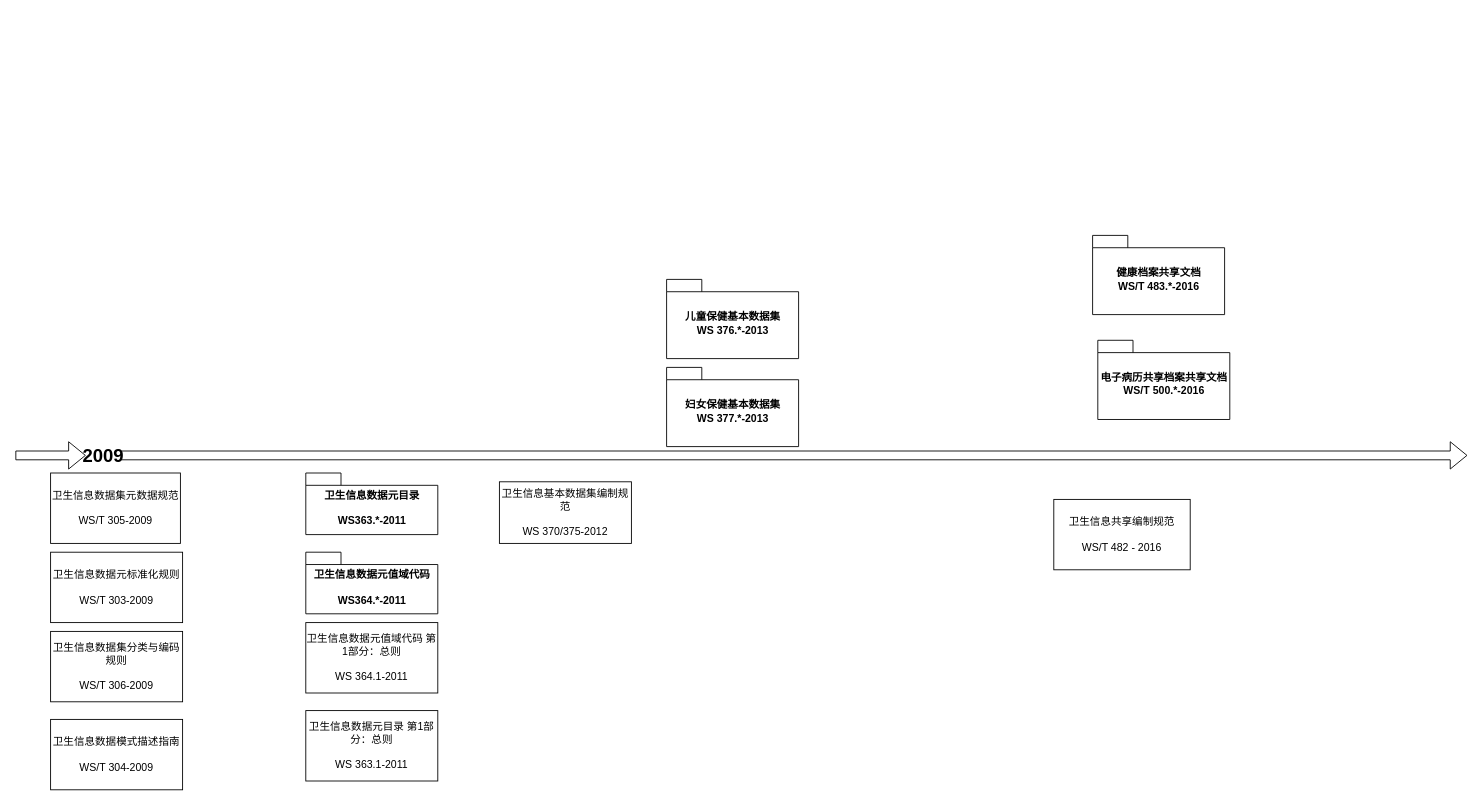
Above: page "数据规范梳理" (2 of 2) of healthCloud.drawio in lzdong0714/note (draw.io), before the change. Source tidied: cells renumbered, new cells numbered last; positions are measured from the earlier drawing's top-left corner, leaving out a move shared by most shapes. Both pictures are drawn from the tidied source at 88%, with x=0, y=0 at pixel (15, 235).
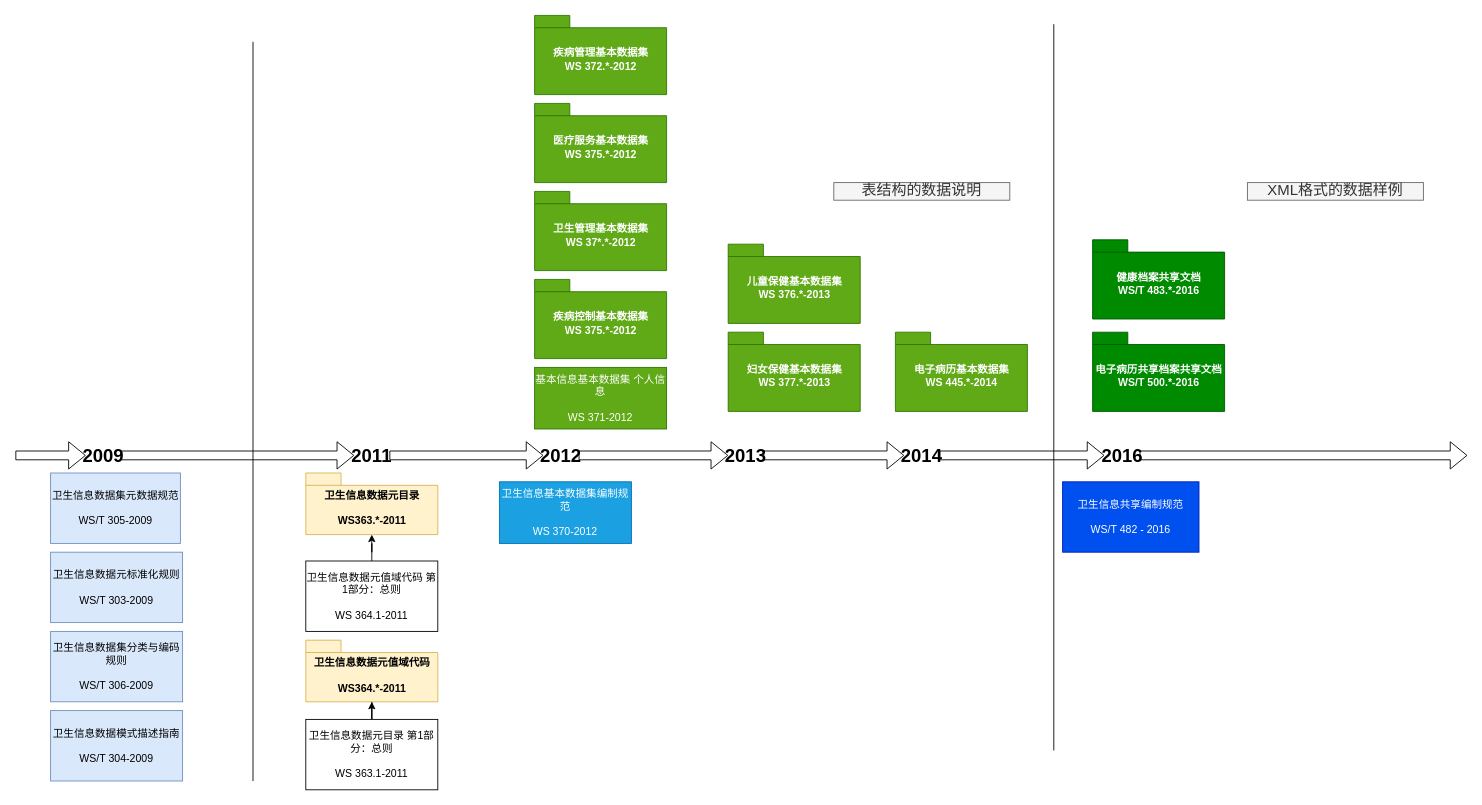
The same diagram, later.

The change refers to these unchanged cells:
```xml
<mxCell id="17" value="&lt;font style=&quot;font-size: 21px&quot;&gt;&lt;b&gt;2009&lt;/b&gt;&lt;/font&gt;" style="text;html=1;strokeColor=none;fillColor=none;align=center;verticalAlign=middle;whiteSpace=wrap;rounded=0;" parent="1" vertex="1">
  <mxGeometry x="80" y="240" width="40" height="20" as="geometry" />
</mxCell>
```

The edit, as a diff of the source:
```diff
@@
-    <mxCell id="2" value="卫生信息共享编制规范&lt;br&gt;&lt;br&gt;&lt;span style=&quot;text-align: left ; white-space: nowrap&quot;&gt;WS/T 482 - 2016&lt;/span&gt;" style="rounded=0;whiteSpace=wrap;html=1;" parent="1" vertex="1">
-      <mxGeometry x="1180" y="300" width="155" height="80" as="geometry" />
+    <mxCell id="2" value="卫生信息共享编制规范&lt;br&gt;&lt;br&gt;&lt;span style=&quot;text-align: left ; white-space: nowrap&quot;&gt;WS/T 482 - 2016&lt;/span&gt;" style="rounded=0;whiteSpace=wrap;html=1;fillColor=#0050ef;strokeColor=#001DBC;fontColor=#ffffff;" parent="1" vertex="1">
+      <mxGeometry x="1190" y="280" width="155" height="80" as="geometry" />
     </mxCell>
-    <mxCell id="3" value="卫生信息数据元标准化规则&lt;br&gt;&lt;br&gt;WS/T 303-2009&lt;br&gt;" style="rounded=0;whiteSpace=wrap;html=1;" parent="1" vertex="1">
+    <mxCell id="3" value="卫生信息数据元标准化规则&lt;br&gt;&lt;br&gt;WS/T 303-2009&lt;br&gt;" style="rounded=0;whiteSpace=wrap;html=1;fillColor=#dae8fc;strokeColor=#6c8ebf;" parent="1" vertex="1">
       <mxGeometry x="40" y="360" width="150" height="80" as="geometry" />
     </mxCell>
-    <mxCell id="4" value="卫生信息数据集分类与编码规则&lt;br&gt;&lt;br&gt;WS/T 306-2009&lt;br&gt;" style="rounded=0;whiteSpace=wrap;html=1;" parent="1" vertex="1">
+    <mxCell id="4" value="卫生信息数据集分类与编码规则&lt;br&gt;&lt;br&gt;WS/T 306-2009&lt;br&gt;" style="rounded=0;whiteSpace=wrap;html=1;fillColor=#dae8fc;strokeColor=#6c8ebf;" parent="1" vertex="1">
       <mxGeometry x="40" y="450" width="150" height="80" as="geometry" />
     </mxCell>
-    <mxCell id="5" value="卫生信息数据模式描述指南&lt;br&gt;&lt;br&gt;WS/T 304-2009&lt;br&gt;" style="rounded=0;whiteSpace=wrap;html=1;" parent="1" vertex="1">
-      <mxGeometry x="40" y="550" width="150" height="80" as="geometry" />
+    <mxCell id="5" value="卫生信息数据模式描述指南&lt;br&gt;&lt;br&gt;WS/T 304-2009&lt;br&gt;" style="rounded=0;whiteSpace=wrap;html=1;fillColor=#dae8fc;strokeColor=#6c8ebf;" parent="1" vertex="1">
+      <mxGeometry x="40" y="540" width="150" height="80" as="geometry" />
     </mxCell>
-    <mxCell id="6" value="卫生信息数据集元数据规范&lt;br&gt;&lt;br&gt;WS/T 305-2009" style="rounded=0;whiteSpace=wrap;html=1;" parent="1" vertex="1">
+    <mxCell id="6" value="卫生信息数据集元数据规范&lt;br&gt;&lt;br&gt;WS/T 305-2009" style="rounded=0;whiteSpace=wrap;html=1;fillColor=#dae8fc;strokeColor=#6c8ebf;" parent="1" vertex="1">
       <mxGeometry x="40" y="270" width="147.5" height="80" as="geometry" />
     </mxCell>
+    <mxCell id="19" style="edgeStyle=orthogonalEdgeStyle;rounded=0;jettySize=auto;html=1;entryX=0.5;entryY=1;entryDx=0;entryDy=0;entryPerimeter=0;" parent="1" edge="1" source="7" target="11">
+      <mxGeometry relative="1" as="geometry" />
+    </mxCell>
     <mxCell id="7" value="卫生信息数据元值域代码 第1部分：总则&lt;br&gt;&lt;br&gt;WS 364.1-2011" style="rounded=0;whiteSpace=wrap;html=1;" parent="1" vertex="1">
-      <mxGeometry x="330" y="440" width="150" height="80" as="geometry" />
+      <mxGeometry x="330" y="370" width="150" height="80" as="geometry" />
     </mxCell>
+    <mxCell id="20" style="edgeStyle=orthogonalEdgeStyle;rounded=0;jettySize=auto;html=1;entryX=0.5;entryY=1;entryDx=0;entryDy=0;entryPerimeter=0;" parent="1" edge="1" source="8" target="10">
+      <mxGeometry relative="1" as="geometry" />
+    </mxCell>
     <mxCell id="8" value="卫生信息数据元目录 第1部分：总则&lt;br&gt;&lt;br&gt;WS 363.1-2011" style="rounded=0;whiteSpace=wrap;html=1;" parent="1" vertex="1">
-      <mxGeometry x="330" y="540" width="150" height="80" as="geometry" />
+      <mxGeometry x="330" y="550" width="150" height="80" as="geometry" />
     </mxCell>
-    <mxCell id="9" value="卫生信息基本数据集编制规范&lt;br&gt;&lt;br&gt;WS 370/375-2012" style="rounded=0;whiteSpace=wrap;html=1;" parent="1" vertex="1">
+    <mxCell id="9" value="卫生信息基本数据集编制规范&lt;br&gt;&lt;br&gt;WS 370-2012" style="rounded=0;whiteSpace=wrap;html=1;fillColor=#1ba1e2;strokeColor=#006EAF;fontColor=#ffffff;" parent="1" vertex="1">
       <mxGeometry x="550" y="280" width="150" height="70" as="geometry" />
     </mxCell>
-    <mxCell id="10" value="卫生信息数据元值域代码&lt;br&gt;&lt;br&gt;WS364.*-2011" style="shape=folder;fontStyle=1;spacingTop=10;tabWidth=40;tabHeight=14;tabPosition=left;html=1;" parent="1" vertex="1">
-      <mxGeometry x="330" y="360" width="150" height="70" as="geometry" />
+    <mxCell id="10" value="卫生信息数据元值域代码&lt;br&gt;&lt;br&gt;WS364.*-2011" style="shape=folder;fontStyle=1;spacingTop=10;tabWidth=40;tabHeight=14;tabPosition=left;html=1;fillColor=#fff2cc;strokeColor=#d6b656;" parent="1" vertex="1">
+      <mxGeometry x="330" y="460" width="150" height="70" as="geometry" />
     </mxCell>
-    <mxCell id="11" value="卫生信息数据元目录&lt;br&gt;&lt;br&gt;WS363.*-2011" style="shape=folder;fontStyle=1;spacingTop=10;tabWidth=40;tabHeight=14;tabPosition=left;html=1;" parent="1" vertex="1">
+    <mxCell id="11" value="卫生信息数据元目录&lt;br&gt;&lt;br&gt;WS363.*-2011" style="shape=folder;fontStyle=1;spacingTop=10;tabWidth=40;tabHeight=14;tabPosition=left;html=1;fillColor=#fff2cc;strokeColor=#d6b656;" parent="1" vertex="1">
       <mxGeometry x="330" y="270" width="150" height="70" as="geometry" />
     </mxCell>
-    <mxCell id="12" value="健康档案共享文档&lt;br&gt;WS/T 483.*-2016" style="shape=folder;fontStyle=1;spacingTop=10;tabWidth=40;tabHeight=14;tabPosition=left;html=1;" parent="1" vertex="1">
-      <mxGeometry x="1224.1" width="150" height="90" as="geometry" />
+    <mxCell id="12" value="健康档案共享文档&lt;br&gt;WS/T 483.*-2016" style="shape=folder;fontStyle=1;spacingTop=10;tabWidth=40;tabHeight=14;tabPosition=left;html=1;fillColor=#008a00;strokeColor=#005700;fontColor=#ffffff;" parent="1" vertex="1">
+      <mxGeometry x="1224.1" y="5" width="150" height="90" as="geometry" />
     </mxCell>
-    <mxCell id="13" value="妇女保健基本数据集&lt;br&gt;WS 377.*-2013" style="shape=folder;fontStyle=1;spacingTop=10;tabWidth=40;tabHeight=14;tabPosition=left;html=1;" parent="1" vertex="1">
-      <mxGeometry x="740" y="150" width="150" height="90" as="geometry" />
+    <mxCell id="13" value="妇女保健基本数据集&lt;br&gt;WS 377.*-2013" style="shape=folder;fontStyle=1;spacingTop=10;tabWidth=40;tabHeight=14;tabPosition=left;html=1;fillColor=#60a917;strokeColor=#2D7600;fontColor=#ffffff;" parent="1" vertex="1">
+      <mxGeometry x="810" y="110" width="150" height="90" as="geometry" />
     </mxCell>
-    <mxCell id="14" value="儿童保健基本数据集&lt;br&gt;WS 376.*-2013" style="shape=folder;fontStyle=1;spacingTop=10;tabWidth=40;tabHeight=14;tabPosition=left;html=1;" parent="1" vertex="1">
-      <mxGeometry x="740" y="50" width="150" height="90" as="geometry" />
+    <mxCell id="14" value="儿童保健基本数据集&lt;br&gt;WS 376.*-2013" style="shape=folder;fontStyle=1;spacingTop=10;tabWidth=40;tabHeight=14;tabPosition=left;html=1;fillColor=#60a917;strokeColor=#2D7600;fontColor=#ffffff;" parent="1" vertex="1">
+      <mxGeometry x="810" y="10" width="150" height="90" as="geometry" />
     </mxCell>
-    <mxCell id="15" value="电子病历共享档案共享文档&lt;br&gt;WS/T 500.*-2016" style="shape=folder;fontStyle=1;spacingTop=10;tabWidth=40;tabHeight=14;tabPosition=left;html=1;" parent="1" vertex="1">
-      <mxGeometry x="1230" y="119.2" width="150" height="90" as="geometry" />
+    <mxCell id="15" value="电子病历共享档案共享文档&lt;br&gt;WS/T 500.*-2016" style="shape=folder;fontStyle=1;spacingTop=10;tabWidth=40;tabHeight=14;tabPosition=left;html=1;fillColor=#008a00;strokeColor=#005700;fontColor=#ffffff;" parent="1" vertex="1">
+      <mxGeometry x="1224.1" y="110" width="150" height="90" as="geometry" />
     </mxCell>
-    <mxCell id="16" style="shape=flexArrow;endArrow=classic;html=1;" parent="1" edge="1" source="17">
+    <mxCell id="16" style="shape=flexArrow;endArrow=classic;html=1;" parent="1" edge="1" source="29">
       <mxGeometry relative="1" as="geometry">
         <mxPoint x="1650" y="250" as="targetPoint" />
       </mxGeometry>
     </mxCell>
@@
+    <mxCell id="21" value="&lt;font style=&quot;font-size: 21px&quot;&gt;&lt;b&gt;2011&lt;/b&gt;&lt;/font&gt;" style="text;html=1;strokeColor=none;fillColor=none;align=center;verticalAlign=middle;whiteSpace=wrap;rounded=0;" parent="1" vertex="1">
+      <mxGeometry x="385" y="240" width="40" height="20" as="geometry" />
+    </mxCell>
+    <mxCell id="22" style="shape=flexArrow;endArrow=classic;html=1;" parent="1" edge="1" source="17" target="21">
+      <mxGeometry relative="1" as="geometry" />
+    </mxCell>
+    <mxCell id="23" value="&lt;font style=&quot;font-size: 21px&quot;&gt;&lt;b&gt;2012&lt;/b&gt;&lt;/font&gt;" style="text;html=1;strokeColor=none;fillColor=none;align=center;verticalAlign=middle;whiteSpace=wrap;rounded=0;" parent="1" vertex="1">
+      <mxGeometry x="600" y="240" width="40" height="20" as="geometry" />
+    </mxCell>
+    <mxCell id="24" style="shape=flexArrow;endArrow=classic;html=1;" parent="1" edge="1" source="21" target="23">
+      <mxGeometry relative="1" as="geometry" />
+    </mxCell>
+    <mxCell id="25" value="&lt;font style=&quot;font-size: 21px&quot;&gt;&lt;b&gt;2013&lt;/b&gt;&lt;/font&gt;" style="text;html=1;strokeColor=none;fillColor=none;align=center;verticalAlign=middle;whiteSpace=wrap;rounded=0;" parent="1" vertex="1">
+      <mxGeometry x="810" y="240" width="40" height="20" as="geometry" />
+    </mxCell>
+    <mxCell id="26" style="shape=flexArrow;endArrow=classic;html=1;" parent="1" edge="1" source="23" target="25">
+      <mxGeometry relative="1" as="geometry" />
+    </mxCell>
+    <mxCell id="27" value="&lt;font style=&quot;font-size: 21px&quot;&gt;&lt;b&gt;2014&lt;/b&gt;&lt;/font&gt;" style="text;html=1;strokeColor=none;fillColor=none;align=center;verticalAlign=middle;whiteSpace=wrap;rounded=0;" parent="1" vertex="1">
+      <mxGeometry x="1010" y="240" width="40" height="20" as="geometry" />
+    </mxCell>
+    <mxCell id="28" style="shape=flexArrow;endArrow=classic;html=1;" parent="1" edge="1" source="25" target="27">
+      <mxGeometry relative="1" as="geometry" />
+    </mxCell>
+    <mxCell id="29" value="&lt;font style=&quot;font-size: 21px&quot;&gt;&lt;b&gt;2016&lt;/b&gt;&lt;/font&gt;" style="text;html=1;strokeColor=none;fillColor=none;align=center;verticalAlign=middle;whiteSpace=wrap;rounded=0;" parent="1" vertex="1">
+      <mxGeometry x="1237.5" y="240" width="40" height="20" as="geometry" />
+    </mxCell>
+    <mxCell id="30" style="shape=flexArrow;endArrow=classic;html=1;" parent="1" edge="1" source="27" target="29">
+      <mxGeometry relative="1" as="geometry" />
+    </mxCell>
+    <mxCell id="31" value="疾病控制基本数据集&lt;br&gt;WS 375.*-2012" style="shape=folder;fontStyle=1;spacingTop=10;tabWidth=40;tabHeight=14;tabPosition=left;html=1;fillColor=#60a917;strokeColor=#2D7600;fontColor=#ffffff;" parent="1" vertex="1">
+      <mxGeometry x="590" y="50" width="150" height="90" as="geometry" />
+    </mxCell>
+    <mxCell id="32" value="卫生管理基本数据集&lt;br&gt;WS 37*.*-2012" style="shape=folder;fontStyle=1;spacingTop=10;tabWidth=40;tabHeight=14;tabPosition=left;html=1;fillColor=#60a917;strokeColor=#2D7600;fontColor=#ffffff;" parent="1" vertex="1">
+      <mxGeometry x="590" y="-50" width="150" height="90" as="geometry" />
+    </mxCell>
+    <mxCell id="33" value="医疗服务基本数据集&lt;br&gt;WS 375.*-2012" style="shape=folder;fontStyle=1;spacingTop=10;tabWidth=40;tabHeight=14;tabPosition=left;html=1;fillColor=#60a917;strokeColor=#2D7600;fontColor=#ffffff;" parent="1" vertex="1">
+      <mxGeometry x="590" y="-150" width="150" height="90" as="geometry" />
+    </mxCell>
+    <mxCell id="34" value="疾病管理基本数据集&lt;br&gt;WS 372.*-2012" style="shape=folder;fontStyle=1;spacingTop=10;tabWidth=40;tabHeight=14;tabPosition=left;html=1;fillColor=#60a917;strokeColor=#2D7600;fontColor=#ffffff;" parent="1" vertex="1">
+      <mxGeometry x="590" y="-250" width="150" height="90" as="geometry" />
+    </mxCell>
+    <mxCell id="35" value="基本信息基本数据集 个人信息&lt;br&gt;&lt;br&gt;WS 371-2012" style="rounded=0;whiteSpace=wrap;html=1;fillColor=#60a917;strokeColor=#2D7600;fontColor=#ffffff;" parent="1" vertex="1">
+      <mxGeometry x="590" y="150" width="150" height="70" as="geometry" />
+    </mxCell>
+    <mxCell id="36" value="电子病历基本数据集&lt;br&gt;WS 445.*-2014" style="shape=folder;fontStyle=1;spacingTop=10;tabWidth=40;tabHeight=14;tabPosition=left;html=1;fillColor=#60a917;strokeColor=#2D7600;fontColor=#ffffff;" parent="1" vertex="1">
+      <mxGeometry x="1000" y="110" width="150" height="90" as="geometry" />
+    </mxCell>
+    <mxCell id="37" style="endArrow=none;html=1;" parent="1" edge="1">
+      <mxGeometry relative="1" as="geometry">
+        <mxPoint x="270" y="620" as="sourcePoint" />
+        <mxPoint x="270" y="-220" as="targetPoint" />
+      </mxGeometry>
+    </mxCell>
+    <mxCell id="38" style="endArrow=none;html=1;" parent="1" edge="1">
+      <mxGeometry relative="1" as="geometry">
+        <mxPoint x="1180" y="585.3" as="sourcePoint" />
+        <mxPoint x="1180" y="-240" as="targetPoint" />
+      </mxGeometry>
+    </mxCell>
+    <mxCell id="39" value="&lt;font style=&quot;font-size: 17px&quot;&gt;XML格式的数据样例&lt;/font&gt;" style="text;html=1;strokeColor=#666666;fillColor=#f5f5f5;align=center;verticalAlign=middle;whiteSpace=wrap;rounded=0;fontColor=#333333;" parent="1" vertex="1">
+      <mxGeometry x="1400" y="-60" width="200" height="20" as="geometry" />
+    </mxCell>
+    <mxCell id="40" value="&lt;span style=&quot;font-size: 17px&quot;&gt;表结构的数据说明&lt;/span&gt;" style="text;html=1;strokeColor=#666666;fillColor=#f5f5f5;align=center;verticalAlign=middle;whiteSpace=wrap;rounded=0;fontColor=#333333;" parent="1" vertex="1">
+      <mxGeometry x="930" y="-60" width="200" height="20" as="geometry" />
+    </mxCell>
```
